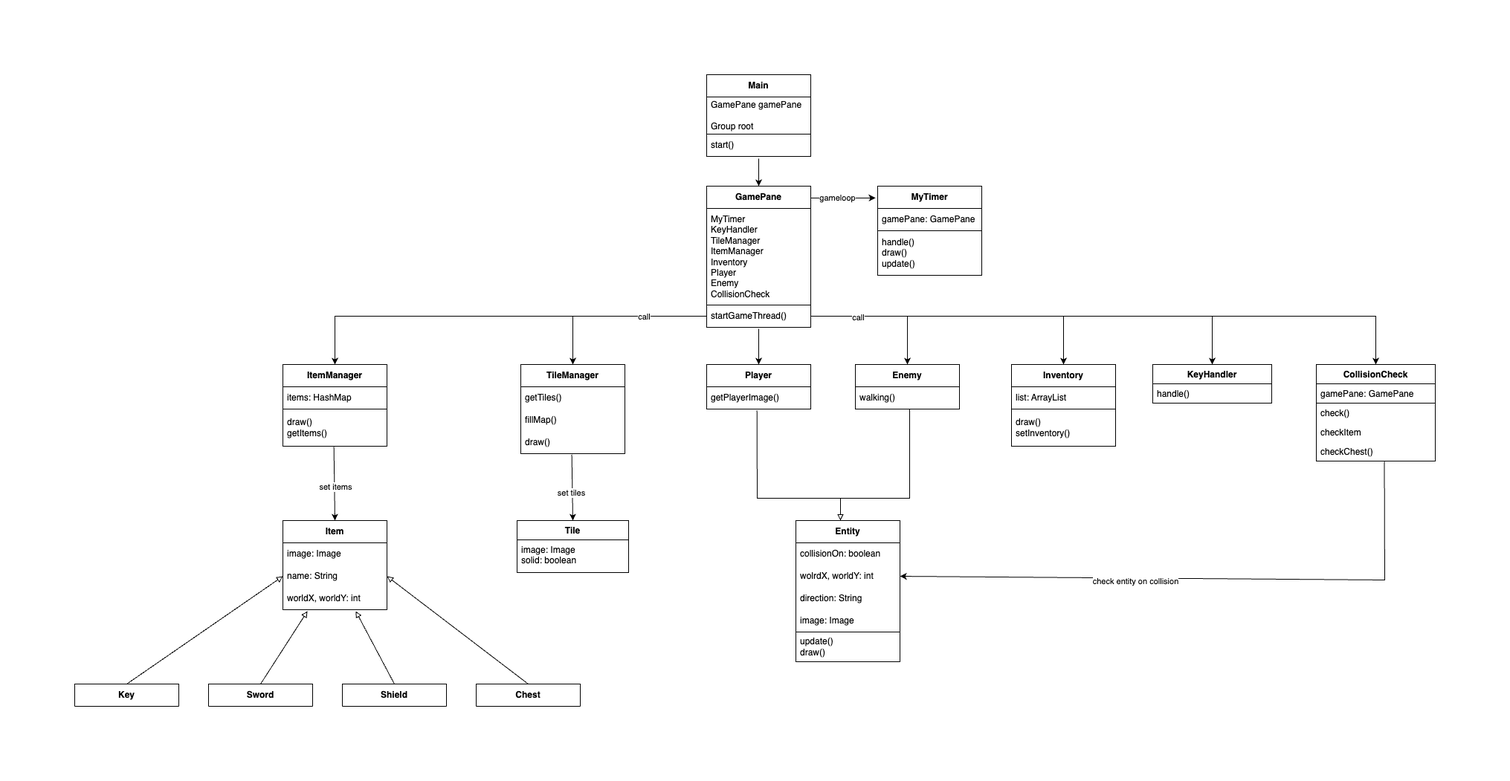
Earlier version of the draw.io export UML.png (StasKovalchuk1/java-rpg). Source tidied: cells renumbered, new cells last; positions are measured from the earlier drawing's top-left corner, leaving out a move shared by most shapes.
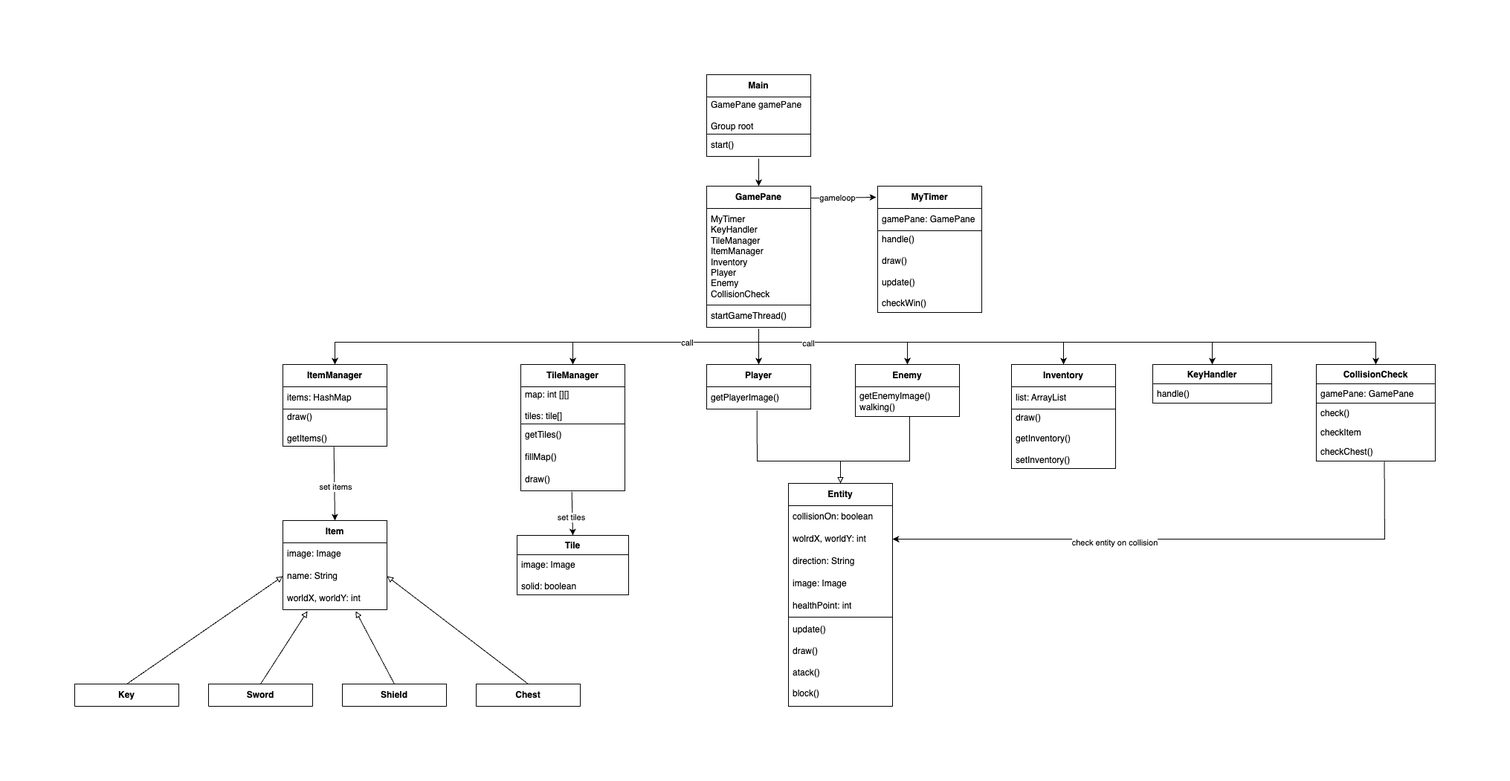
After the change.

Change to the diagram source:
```diff
@@ -24,15 +24,15 @@
       <mxGeometry relative="1" as="geometry" />
     </mxCell>
     <mxCell id="9" value="&lt;b&gt;MyTimer&lt;/b&gt;" style="swimlane;fontStyle=0;horizontal=1;startSize=30;whiteSpace=wrap;html=1;" parent="1" vertex="1">
-      <mxGeometry x="1080" y="150" width="140" height="120" as="geometry" />
+      <mxGeometry x="1080" y="150" width="140" height="170" as="geometry" />
     </mxCell>
     <mxCell id="10" value="gamePane: GamePane" style="text;strokeColor=none;fillColor=none;align=left;verticalAlign=middle;spacingLeft=4;spacingRight=4;overflow=hidden;whiteSpace=wrap;html=1;" parent="9" vertex="1">
       <mxGeometry y="30" width="140" height="30" as="geometry" />
     </mxCell>
-    <mxCell id="11" value="handle()&lt;br&gt;draw()&lt;br&gt;update()" style="text;strokeColor=default;fillColor=none;align=left;verticalAlign=middle;spacingLeft=4;spacingRight=4;overflow=hidden;whiteSpace=wrap;html=1;" parent="9" vertex="1">
-      <mxGeometry y="60" width="140" height="60" as="geometry" />
+    <mxCell id="11" value="handle()&lt;br&gt;&lt;br&gt;draw()&lt;br&gt;&lt;br&gt;update()&lt;br&gt;&lt;br&gt;checkWin()&lt;br&gt;" style="text;strokeColor=default;fillColor=none;align=left;verticalAlign=middle;spacingLeft=4;spacingRight=4;overflow=hidden;whiteSpace=wrap;html=1;" parent="9" vertex="1">
+      <mxGeometry y="60" width="140" height="110" as="geometry" />
     </mxCell>
-    <mxCell id="12" style="endArrow=classic;html=1;rounded=0;entryX=-0.021;entryY=0.133;entryDx=0;entryDy=0;entryPerimeter=0;" parent="1" edge="1" target="9">
+    <mxCell id="12" style="endArrow=classic;html=1;rounded=0;entryX=-0.014;entryY=0.088;entryDx=0;entryDy=0;entryPerimeter=0;" parent="1" edge="1" target="9">
       <mxGeometry relative="1" as="geometry">
         <mxPoint x="990" y="166" as="sourcePoint" />
       </mxGeometry>
@@ -46,20 +46,23 @@
     <mxCell id="15" value="items: HashMap" style="text;strokeColor=default;fillColor=none;align=left;verticalAlign=middle;spacingLeft=4;spacingRight=4;overflow=hidden;whiteSpace=wrap;html=1;" parent="14" vertex="1">
       <mxGeometry y="30" width="140" height="30" as="geometry" />
     </mxCell>
-    <mxCell id="16" value="draw()&lt;br&gt;getItems()" style="text;strokeColor=none;fillColor=none;align=left;verticalAlign=middle;spacingLeft=4;spacingRight=4;overflow=hidden;points=[[0,0.5],[1,0.5]];portConstraint=eastwest;whiteSpace=wrap;html=1;" parent="14" vertex="1">
+    <mxCell id="16" value="draw()&lt;br&gt;&lt;br&gt;getItems()&lt;br&gt;" style="text;strokeColor=none;fillColor=none;align=left;verticalAlign=middle;spacingLeft=4;spacingRight=4;overflow=hidden;points=[[0,0.5],[1,0.5]];portConstraint=eastwest;whiteSpace=wrap;html=1;" parent="14" vertex="1">
       <mxGeometry y="60" width="140" height="50" as="geometry" />
     </mxCell>
     <mxCell id="17" value="&lt;b&gt;TileManager&lt;/b&gt;" style="swimlane;fontStyle=0;horizontal=1;startSize=30;whiteSpace=wrap;html=1;" parent="1" vertex="1">
-      <mxGeometry x="600" y="390" width="140" height="120" as="geometry" />
+      <mxGeometry x="600" y="390" width="140" height="170" as="geometry" />
     </mxCell>
-    <mxCell id="18" value="getTiles()" style="text;strokeColor=none;fillColor=none;align=left;verticalAlign=middle;spacingLeft=4;spacingRight=4;overflow=hidden;whiteSpace=wrap;html=1;" parent="17" vertex="1">
-      <mxGeometry y="30" width="140" height="30" as="geometry" />
+    <mxCell id="18" value="map: int [][]&lt;br&gt;&lt;br&gt;tiles: tile[]" style="text;strokeColor=default;fillColor=none;align=left;verticalAlign=middle;spacingLeft=4;spacingRight=4;overflow=hidden;whiteSpace=wrap;html=1;" parent="17" vertex="1">
+      <mxGeometry y="30" width="140" height="50" as="geometry" />
     </mxCell>
+    <mxCell id="72" value="getTiles()" style="text;strokeColor=none;fillColor=none;align=left;verticalAlign=middle;spacingLeft=4;spacingRight=4;overflow=hidden;whiteSpace=wrap;html=1;" parent="17" vertex="1">
+      <mxGeometry y="80" width="140" height="30" as="geometry" />
+    </mxCell>
     <mxCell id="19" value="fillMap()" style="text;strokeColor=none;fillColor=none;align=left;verticalAlign=middle;spacingLeft=4;spacingRight=4;overflow=hidden;whiteSpace=wrap;html=1;" parent="17" vertex="1">
-      <mxGeometry y="60" width="140" height="30" as="geometry" />
+      <mxGeometry y="110" width="140" height="30" as="geometry" />
     </mxCell>
     <mxCell id="20" value="draw()" style="text;strokeColor=none;fillColor=none;align=left;verticalAlign=middle;spacingLeft=4;spacingRight=4;overflow=hidden;points=[[0,0.5],[1,0.5]];portConstraint=eastwest;whiteSpace=wrap;html=1;" parent="17" vertex="1">
-      <mxGeometry y="90" width="140" height="30" as="geometry" />
+      <mxGeometry y="140" width="140" height="30" as="geometry" />
     </mxCell>
     <mxCell id="21" value="&lt;b&gt;Player&lt;/b&gt;" style="swimlane;fontStyle=0;horizontal=1;startSize=30;whiteSpace=wrap;html=1;" parent="1" vertex="1">
       <mxGeometry x="850" y="390" width="140" height="60" as="geometry" />
@@ -68,19 +71,19 @@
       <mxGeometry y="30" width="140" height="30" as="geometry" />
     </mxCell>
     <mxCell id="23" value="&lt;b&gt;Enemy&lt;/b&gt;" style="swimlane;fontStyle=0;horizontal=1;startSize=30;whiteSpace=wrap;html=1;" parent="1" vertex="1">
-      <mxGeometry x="1050" y="390" width="140" height="60" as="geometry" />
+      <mxGeometry x="1050" y="390" width="140" height="70" as="geometry" />
     </mxCell>
-    <mxCell id="24" value="walking()" style="text;strokeColor=none;fillColor=none;align=left;verticalAlign=middle;spacingLeft=4;spacingRight=4;overflow=hidden;whiteSpace=wrap;html=1;" parent="23" vertex="1">
-      <mxGeometry y="30" width="140" height="30" as="geometry" />
+    <mxCell id="24" value="getEnemyImage()&lt;br&gt;walking()" style="text;strokeColor=none;fillColor=none;align=left;verticalAlign=middle;spacingLeft=4;spacingRight=4;overflow=hidden;whiteSpace=wrap;html=1;" parent="23" vertex="1">
+      <mxGeometry y="30" width="140" height="40" as="geometry" />
     </mxCell>
     <mxCell id="25" value="&lt;b&gt;Inventory&lt;/b&gt;" style="swimlane;fontStyle=0;horizontal=1;startSize=30;whiteSpace=wrap;html=1;" parent="1" vertex="1">
-      <mxGeometry x="1260" y="390" width="140" height="110" as="geometry" />
+      <mxGeometry x="1260" y="390" width="140" height="140" as="geometry" />
     </mxCell>
     <mxCell id="26" value="list: ArrayList" style="text;strokeColor=default;fillColor=none;align=left;verticalAlign=middle;spacingLeft=4;spacingRight=4;overflow=hidden;whiteSpace=wrap;html=1;" parent="25" vertex="1">
       <mxGeometry y="30" width="140" height="30" as="geometry" />
     </mxCell>
-    <mxCell id="27" value="draw()&lt;br&gt;setInventory()" style="text;strokeColor=none;fillColor=none;align=left;verticalAlign=middle;spacingLeft=4;spacingRight=4;overflow=hidden;whiteSpace=wrap;html=1;" parent="25" vertex="1">
-      <mxGeometry y="60" width="140" height="50" as="geometry" />
+    <mxCell id="27" value="draw()&lt;br&gt;&lt;br&gt;getInventory()&lt;br&gt;&lt;br&gt;setInventory()&lt;br&gt;" style="text;strokeColor=none;fillColor=none;align=left;verticalAlign=middle;spacingLeft=4;spacingRight=4;overflow=hidden;whiteSpace=wrap;html=1;" parent="25" vertex="1">
+      <mxGeometry y="60" width="140" height="80" as="geometry" />
     </mxCell>
     <mxCell id="28" value="&lt;b&gt;Item&lt;/b&gt;" style="swimlane;fontStyle=0;horizontal=1;startSize=30;whiteSpace=wrap;html=1;" parent="1" vertex="1">
       <mxGeometry x="280" y="600" width="140" height="120" as="geometry" />
@@ -95,7 +98,7 @@
       <mxGeometry y="90" width="140" height="30" as="geometry" />
     </mxCell>
     <mxCell id="32" value="&lt;b&gt;Entity&lt;/b&gt;" style="swimlane;fontStyle=0;horizontal=1;startSize=30;whiteSpace=wrap;html=1;" parent="1" vertex="1">
-      <mxGeometry x="970" y="600" width="140" height="190" as="geometry" />
+      <mxGeometry x="960" y="550" width="140" height="300" as="geometry" />
     </mxCell>
     <mxCell id="33" value="collisionOn: boolean" style="text;strokeColor=none;fillColor=none;align=left;verticalAlign=middle;spacingLeft=4;spacingRight=4;overflow=hidden;whiteSpace=wrap;html=1;" parent="32" vertex="1">
       <mxGeometry y="30" width="140" height="30" as="geometry" />
@@ -106,28 +109,32 @@
     <mxCell id="35" value="direction: String" style="text;strokeColor=none;fillColor=none;align=left;verticalAlign=middle;spacingLeft=4;spacingRight=4;overflow=hidden;whiteSpace=wrap;html=1;" parent="32" vertex="1">
       <mxGeometry y="90" width="140" height="30" as="geometry" />
     </mxCell>
+    <mxCell id="73" value="image: Image" style="text;strokeColor=none;fillColor=none;align=left;verticalAlign=middle;spacingLeft=4;spacingRight=4;overflow=hidden;whiteSpace=wrap;html=1;" parent="32" vertex="1">
+      <mxGeometry y="120" width="140" height="30" as="geometry" />
+    </mxCell>
-    <mxCell id="36" value="image: Image" style="text;strokeColor=none;fillColor=none;align=left;verticalAlign=middle;spacingLeft=4;spacingRight=4;overflow=hidden;whiteSpace=wrap;html=1;" parent="32" vertex="1">
-      <mxGeometry y="120" width="140" height="30" as="geometry" />
+    <mxCell id="36" value="healthPoint: int" style="text;strokeColor=none;fillColor=none;align=left;verticalAlign=middle;spacingLeft=4;spacingRight=4;overflow=hidden;whiteSpace=wrap;html=1;" parent="32" vertex="1">
+      <mxGeometry y="150" width="140" height="30" as="geometry" />
     </mxCell>
-    <mxCell id="37" value="update()&lt;br&gt;draw()" style="text;strokeColor=default;fillColor=none;align=left;verticalAlign=middle;spacingLeft=4;spacingRight=4;overflow=hidden;whiteSpace=wrap;html=1;" parent="32" vertex="1">
-      <mxGeometry y="150" width="140" height="40" as="geometry" />
+    <mxCell id="37" value="update()&lt;br&gt;&lt;br&gt;draw()&lt;br&gt;&lt;br&gt;atack()&lt;br&gt;&lt;br&gt;block()&lt;br&gt;" style="text;strokeColor=default;fillColor=none;align=left;verticalAlign=middle;spacingLeft=4;spacingRight=4;overflow=hidden;whiteSpace=wrap;html=1;" parent="32" vertex="1">
+      <mxGeometry y="180" width="140" height="120" as="geometry" />
     </mxCell>
-    <mxCell id="38" style="endArrow=block;html=1;rounded=0;entryX=0.5;entryY=0;entryDx=0;entryDy=0;endFill=0;exitX=0.483;exitY=1.061;exitDx=0;exitDy=0;exitPerimeter=0;" parent="1" edge="1" source="22">
+    <mxCell id="38" style="endArrow=block;html=1;rounded=0;endFill=0;exitX=0.483;exitY=1.061;exitDx=0;exitDy=0;exitPerimeter=0;" parent="1" edge="1" source="22">
       <mxGeometry relative="1" as="geometry">
-        <mxPoint x="1030" y="600" as="targetPoint" />
+        <mxPoint x="1030" y="550" as="targetPoint" />
         <Array as="points">
-          <mxPoint x="918" y="570" />
-          <mxPoint x="1030" y="570" />
+          <mxPoint x="918" y="520" />
+          <mxPoint x="1030" y="520" />
+          <mxPoint x="1030" y="550" />
         </Array>
       </mxGeometry>
     </mxCell>
     <mxCell id="39" style="endArrow=none;html=1;rounded=0;endFill=0;" parent="1" edge="1">
       <mxGeometry relative="1" as="geometry">
-        <mxPoint x="1123" y="450" as="sourcePoint" />
-        <mxPoint x="1030" y="570" as="targetPoint" />
+        <mxPoint x="1123" y="460" as="sourcePoint" />
+        <mxPoint x="1030" y="520" as="targetPoint" />
         <Array as="points">
-          <mxPoint x="1123" y="570" />
-          <mxPoint x="1070" y="570" />
+          <mxPoint x="1123" y="520" />
+          <mxPoint x="1070" y="520" />
         </Array>
       </mxGeometry>
     </mxCell>
@@ -156,10 +163,10 @@
       <mxGeometry relative="1" as="geometry" />
     </mxCell>
     <mxCell id="48" value="Tile" style="swimlane;fontStyle=1;align=center;verticalAlign=top;horizontal=1;startSize=26;whiteSpace=wrap;html=1;" parent="1" vertex="1">
-      <mxGeometry x="595" y="600" width="150" height="70" as="geometry" />
+      <mxGeometry x="595" y="620" width="150" height="80" as="geometry" />
     </mxCell>
-    <mxCell id="49" value="image: Image&lt;br&gt;solid: boolean" style="text;strokeColor=none;fillColor=none;align=left;verticalAlign=top;spacingLeft=4;spacingRight=4;overflow=hidden;whiteSpace=wrap;html=1;" parent="48" vertex="1">
-      <mxGeometry y="26" width="150" height="44" as="geometry" />
+    <mxCell id="49" value="image: Image&lt;br&gt;&lt;br&gt;solid: boolean" style="text;strokeColor=none;fillColor=none;align=left;verticalAlign=top;spacingLeft=4;spacingRight=4;overflow=hidden;whiteSpace=wrap;html=1;" parent="48" vertex="1">
+      <mxGeometry y="26" width="150" height="54" as="geometry" />
     </mxCell>
     <mxCell id="50" style="endArrow=classic;html=1;rounded=0;exitX=0.49;exitY=1.013;exitDx=0;exitDy=0;endFill=1;exitPerimeter=0;entryX=0.5;entryY=0;entryDx=0;entryDy=0;" parent="1" edge="1" source="16" target="28">
       <mxGeometry relative="1" as="geometry" />
@@ -201,24 +208,26 @@
     <mxCell id="61" style="endArrow=classic;html=1;rounded=0;exitX=0.572;exitY=1.025;exitDx=0;exitDy=0;exitPerimeter=0;entryX=1;entryY=0.5;entryDx=0;entryDy=0;" parent="1" edge="1" source="60" target="34">
       <mxGeometry relative="1" as="geometry">
         <Array as="points">
-          <mxPoint x="1762" y="680" />
+          <mxPoint x="1762" y="625" />
         </Array>
       </mxGeometry>
     </mxCell>
     <mxCell id="62" value="check entity on collision" style="edgeLabel;html=1;align=center;verticalAlign=middle;" parent="61" vertex="1">
       <mxGeometry x="0.22" y="4" relative="1" as="geometry" />
     </mxCell>
-    <mxCell id="63" style="endArrow=classic;html=1;rounded=0;exitX=0;exitY=0.5;exitDx=0;exitDy=0;entryX=0.5;entryY=0;entryDx=0;entryDy=0;" parent="1" edge="1" source="7" target="14">
+    <mxCell id="63" style="endArrow=classic;html=1;rounded=0;entryX=0.5;entryY=0;entryDx=0;entryDy=0;" parent="1" edge="1" target="14">
       <mxGeometry relative="1" as="geometry">
+        <mxPoint x="920" y="360" as="sourcePoint" />
         <Array as="points">
-          <mxPoint x="350" y="325" />
+          <mxPoint x="350" y="360" />
         </Array>
       </mxGeometry>
     </mxCell>
-    <mxCell id="64" style="endArrow=classic;html=1;rounded=0;entryX=0.5;entryY=0;entryDx=0;entryDy=0;exitX=0;exitY=0.5;exitDx=0;exitDy=0;" parent="1" edge="1" source="7" target="17">
+    <mxCell id="64" style="endArrow=classic;html=1;rounded=0;entryX=0.5;entryY=0;entryDx=0;entryDy=0;" parent="1" edge="1" target="17">
       <mxGeometry relative="1" as="geometry">
+        <mxPoint x="920" y="360" as="sourcePoint" />
         <Array as="points">
-          <mxPoint x="670" y="325" />
+          <mxPoint x="670" y="360" />
         </Array>
       </mxGeometry>
     </mxCell>
@@ -228,31 +237,35 @@
     <mxCell id="66" style="endArrow=classic;html=1;rounded=0;exitX=0.5;exitY=1.067;exitDx=0;exitDy=0;exitPerimeter=0;entryX=0.5;entryY=0;entryDx=0;entryDy=0;" parent="1" edge="1" source="7" target="21">
       <mxGeometry relative="1" as="geometry" />
     </mxCell>
-    <mxCell id="67" style="endArrow=classic;html=1;rounded=0;exitX=1;exitY=0.5;exitDx=0;exitDy=0;entryX=0.5;entryY=0;entryDx=0;entryDy=0;" parent="1" edge="1" source="7" target="23">
+    <mxCell id="67" style="endArrow=classic;html=1;rounded=0;entryX=0.5;entryY=0;entryDx=0;entryDy=0;" parent="1" edge="1" target="23">
       <mxGeometry relative="1" as="geometry">
+        <mxPoint x="920" y="360" as="sourcePoint" />
         <Array as="points">
-          <mxPoint x="1120" y="325" />
+          <mxPoint x="1120" y="360" />
         </Array>
       </mxGeometry>
     </mxCell>
-    <mxCell id="68" style="endArrow=classic;html=1;rounded=0;entryX=0.5;entryY=0;entryDx=0;entryDy=0;exitX=1;exitY=0.5;exitDx=0;exitDy=0;" parent="1" edge="1" source="7" target="25">
+    <mxCell id="68" style="endArrow=classic;html=1;rounded=0;entryX=0.5;entryY=0;entryDx=0;entryDy=0;" parent="1" edge="1" target="25">
       <mxGeometry relative="1" as="geometry">
+        <mxPoint x="920" y="360" as="sourcePoint" />
         <Array as="points">
-          <mxPoint x="1330" y="325" />
+          <mxPoint x="1330" y="360" />
         </Array>
       </mxGeometry>
     </mxCell>
-    <mxCell id="69" style="endArrow=classic;html=1;rounded=0;entryX=0.5;entryY=0;entryDx=0;entryDy=0;exitX=1;exitY=0.5;exitDx=0;exitDy=0;" parent="1" edge="1" source="7" target="54">
+    <mxCell id="69" style="endArrow=classic;html=1;rounded=0;entryX=0.5;entryY=0;entryDx=0;entryDy=0;" parent="1" edge="1" target="54">
       <mxGeometry relative="1" as="geometry">
+        <mxPoint x="920" y="360" as="sourcePoint" />
         <Array as="points">
-          <mxPoint x="1530" y="325" />
+          <mxPoint x="1530" y="360" />
         </Array>
       </mxGeometry>
     </mxCell>
-    <mxCell id="70" style="endArrow=classic;html=1;rounded=0;entryX=0.5;entryY=0;entryDx=0;entryDy=0;exitX=1;exitY=0.5;exitDx=0;exitDy=0;" parent="1" edge="1" source="7" target="56">
+    <mxCell id="70" style="endArrow=classic;html=1;rounded=0;entryX=0.5;entryY=0;entryDx=0;entryDy=0;" parent="1" edge="1" target="56">
       <mxGeometry relative="1" as="geometry">
+        <mxPoint x="920" y="360" as="sourcePoint" />
         <Array as="points">
-          <mxPoint x="1750" y="325" />
+          <mxPoint x="1750" y="360" />
         </Array>
       </mxGeometry>
     </mxCell>
```
